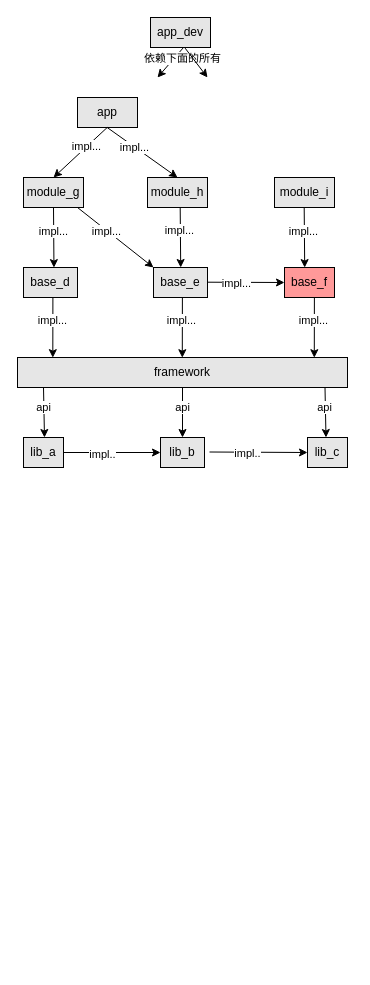
Above: page "向上遍历依赖" (11 of 26) of T9.drawio in shinecjj/UML (draw.io), before the change. Source tidied: cells renumbered, new cells numbered last; positions are measured from the earlier drawing's top-left corner, leaving out a move shared by most shapes. Both pictures are drawn from the tidied source at 100%, with x=0, y=0 at pixel (17, 17).
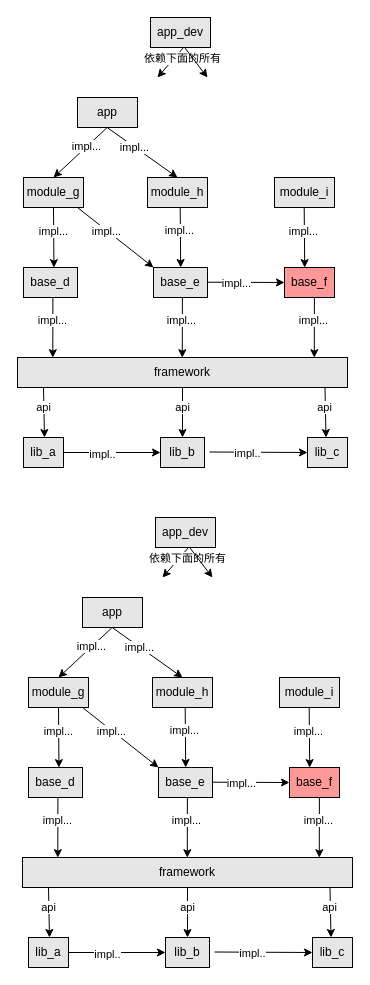
The same diagram, later.

Diff of the diagram source:
```diff
@@
+    <mxCell id="47" value="lib_a" style="rounded=0;whiteSpace=wrap;html=1;fillColor=#E6E6E6;" parent="1" vertex="1">
+      <mxGeometry x="11" y="920" width="40" height="30" as="geometry" />
+    </mxCell>
+    <mxCell id="48" value="lib_b" style="rounded=0;whiteSpace=wrap;html=1;fillColor=#E6E6E6;" parent="1" vertex="1">
+      <mxGeometry x="148" y="920" width="44" height="30" as="geometry" />
+    </mxCell>
+    <mxCell id="49" value="lib_c" style="rounded=0;whiteSpace=wrap;html=1;fillColor=#E6E6E6;" parent="1" vertex="1">
+      <mxGeometry x="295" y="920" width="40" height="30" as="geometry" />
+    </mxCell>
+    <mxCell id="50" value="framework" style="rounded=0;whiteSpace=wrap;html=1;fillColor=#E6E6E6;" parent="1" vertex="1">
+      <mxGeometry x="5" y="840" width="330" height="30" as="geometry" />
+    </mxCell>
+    <mxCell id="51" value="base_d" style="rounded=0;whiteSpace=wrap;html=1;fillColor=#E6E6E6;" parent="1" vertex="1">
+      <mxGeometry x="11" y="750" width="54" height="30" as="geometry" />
+    </mxCell>
+    <mxCell id="52" value="base_e" style="rounded=0;whiteSpace=wrap;html=1;fillColor=#E6E6E6;" parent="1" vertex="1">
+      <mxGeometry x="141" y="750" width="54" height="30" as="geometry" />
+    </mxCell>
+    <mxCell id="53" value="base_f" style="rounded=0;whiteSpace=wrap;html=1;fillColor=#FF9999;" parent="1" vertex="1">
+      <mxGeometry x="272" y="750" width="50" height="30" as="geometry" />
+    </mxCell>
+    <mxCell id="54" value="module_g" style="rounded=0;whiteSpace=wrap;html=1;fillColor=#E6E6E6;" parent="1" vertex="1">
+      <mxGeometry x="11" y="660" width="60" height="30" as="geometry" />
+    </mxCell>
+    <mxCell id="55" style="endArrow=classic;html=1;entryX=0.5;entryY=0;entryDx=0;entryDy=0;" parent="1" edge="1" target="48">
+      <mxGeometry relative="1" as="geometry">
+        <mxPoint x="170" y="870" as="sourcePoint" />
+      </mxGeometry>
+    </mxCell>
+    <mxCell id="56" value="api" style="edgeLabel;html=1;align=center;verticalAlign=middle;" parent="55" vertex="1">
+      <mxGeometry x="-0.24" y="-1" relative="1" as="geometry" />
+    </mxCell>
+    <mxCell id="57" style="endArrow=classic;html=1;entryX=0.5;entryY=0;entryDx=0;entryDy=0;" parent="1" edge="1">
+      <mxGeometry relative="1" as="geometry">
+        <mxPoint x="312.5" y="870" as="sourcePoint" />
+        <mxPoint x="313.5" y="920" as="targetPoint" />
+      </mxGeometry>
+    </mxCell>
+    <mxCell id="58" value="api" style="edgeLabel;html=1;align=center;verticalAlign=middle;" parent="57" vertex="1">
+      <mxGeometry x="-0.24" y="-1" relative="1" as="geometry" />
+    </mxCell>
+    <mxCell id="59" style="endArrow=classic;html=1;entryX=0.5;entryY=0;entryDx=0;entryDy=0;" parent="1" edge="1">
+      <mxGeometry relative="1" as="geometry">
+        <mxPoint x="31" y="870" as="sourcePoint" />
+        <mxPoint x="32" y="920" as="targetPoint" />
+      </mxGeometry>
+    </mxCell>
+    <mxCell id="60" value="api" style="edgeLabel;html=1;align=center;verticalAlign=middle;" parent="59" vertex="1">
+      <mxGeometry x="-0.24" y="-1" relative="1" as="geometry" />
+    </mxCell>
+    <mxCell id="61" style="endArrow=classic;html=1;exitX=1;exitY=0.5;exitDx=0;exitDy=0;entryX=0;entryY=0.5;entryDx=0;entryDy=0;" parent="1" edge="1" source="47" target="48">
+      <mxGeometry relative="1" as="geometry" />
+    </mxCell>
+    <mxCell id="62" value="impl.." style="edgeLabel;html=1;align=center;verticalAlign=middle;" parent="61" vertex="1">
+      <mxGeometry x="-0.4" y="-2" relative="1" as="geometry">
+        <mxPoint x="9" y="-1" as="offset" />
+      </mxGeometry>
+    </mxCell>
+    <mxCell id="63" style="endArrow=classic;html=1;entryX=0;entryY=0.5;entryDx=0;entryDy=0;" parent="1" edge="1" target="49">
+      <mxGeometry relative="1" as="geometry">
+        <mxPoint x="197" y="934.5" as="sourcePoint" />
+      </mxGeometry>
+    </mxCell>
+    <mxCell id="64" value="impl.." style="edgeLabel;html=1;align=center;verticalAlign=middle;" parent="63" vertex="1">
+      <mxGeometry x="-0.4" y="-2" relative="1" as="geometry">
+        <mxPoint x="9" y="-1" as="offset" />
+      </mxGeometry>
+    </mxCell>
+    <mxCell id="65" style="endArrow=classic;html=1;entryX=0;entryY=0.5;entryDx=0;entryDy=0;" parent="1" edge="1" target="53">
+      <mxGeometry relative="1" as="geometry">
+        <mxPoint x="195" y="764.7" as="sourcePoint" />
+      </mxGeometry>
+    </mxCell>
+    <mxCell id="66" value="impl..." style="edgeLabel;html=1;align=center;verticalAlign=middle;" parent="65" vertex="1">
+      <mxGeometry x="-0.24" y="-1" relative="1" as="geometry" />
+    </mxCell>
+    <mxCell id="67" value="module_h" style="rounded=0;whiteSpace=wrap;html=1;fillColor=#E6E6E6;" parent="1" vertex="1">
+      <mxGeometry x="135" y="660" width="60" height="30" as="geometry" />
+    </mxCell>
+    <mxCell id="68" value="module_i" style="rounded=0;whiteSpace=wrap;html=1;fillColor=#E6E6E6;" parent="1" vertex="1">
+      <mxGeometry x="262" y="660" width="60" height="30" as="geometry" />
+    </mxCell>
+    <mxCell id="69" style="endArrow=classic;html=1;entryX=0.107;entryY=0.006;entryDx=0;entryDy=0;entryPerimeter=0;" parent="1" edge="1" target="50">
+      <mxGeometry relative="1" as="geometry">
+        <mxPoint x="40.4" y="780" as="sourcePoint" />
+      </mxGeometry>
+    </mxCell>
+    <mxCell id="70" value="impl..." style="edgeLabel;html=1;align=center;verticalAlign=middle;" parent="69" vertex="1">
+      <mxGeometry x="-0.24" y="-1" relative="1" as="geometry" />
+    </mxCell>
+    <mxCell id="71" style="endArrow=classic;html=1;entryX=0.107;entryY=0.006;entryDx=0;entryDy=0;entryPerimeter=0;" parent="1" edge="1">
+      <mxGeometry relative="1" as="geometry">
+        <mxPoint x="169.9" y="780" as="sourcePoint" />
+        <mxPoint x="169.8" y="840.2" as="targetPoint" />
+      </mxGeometry>
+    </mxCell>
+    <mxCell id="72" value="impl..." style="edgeLabel;html=1;align=center;verticalAlign=middle;" parent="71" vertex="1">
+      <mxGeometry x="-0.24" y="-1" relative="1" as="geometry" />
+    </mxCell>
+    <mxCell id="73" style="endArrow=classic;html=1;entryX=0.107;entryY=0.006;entryDx=0;entryDy=0;entryPerimeter=0;" parent="1" edge="1">
+      <mxGeometry relative="1" as="geometry">
+        <mxPoint x="301.9" y="780" as="sourcePoint" />
+        <mxPoint x="301.8" y="840.2" as="targetPoint" />
+      </mxGeometry>
+    </mxCell>
+    <mxCell id="74" value="impl..." style="edgeLabel;html=1;align=center;verticalAlign=middle;" parent="73" vertex="1">
+      <mxGeometry x="-0.24" y="-1" relative="1" as="geometry" />
+    </mxCell>
+    <mxCell id="75" style="endArrow=classic;html=1;entryX=0.564;entryY=0.004;entryDx=0;entryDy=0;exitX=0.5;exitY=1;exitDx=0;exitDy=0;entryPerimeter=0;" parent="1" edge="1" source="54" target="51">
+      <mxGeometry relative="1" as="geometry" />
+    </mxCell>
+    <mxCell id="76" value="impl..." style="edgeLabel;html=1;align=center;verticalAlign=middle;" parent="75" vertex="1">
+      <mxGeometry x="-0.24" y="-1" relative="1" as="geometry" />
+    </mxCell>
+    <mxCell id="77" style="endArrow=classic;html=1;entryX=0.564;entryY=0.004;entryDx=0;entryDy=0;exitX=0.5;exitY=1;exitDx=0;exitDy=0;entryPerimeter=0;" parent="1" edge="1">
+      <mxGeometry relative="1" as="geometry">
+        <mxPoint x="167.7" y="689.9" as="sourcePoint" />
+        <mxPoint x="168.2" y="750" as="targetPoint" />
+      </mxGeometry>
+    </mxCell>
+    <mxCell id="78" value="impl..." style="edgeLabel;html=1;align=center;verticalAlign=middle;" parent="77" vertex="1">
+      <mxGeometry x="-0.24" y="-1" relative="1" as="geometry" />
+    </mxCell>
+    <mxCell id="79" style="endArrow=classic;html=1;entryX=0.564;entryY=0.004;entryDx=0;entryDy=0;exitX=0.5;exitY=1;exitDx=0;exitDy=0;entryPerimeter=0;" parent="1" edge="1">
+      <mxGeometry relative="1" as="geometry">
+        <mxPoint x="291.7" y="690" as="sourcePoint" />
+        <mxPoint x="292.2" y="750.1" as="targetPoint" />
+      </mxGeometry>
+    </mxCell>
+    <mxCell id="80" value="impl..." style="edgeLabel;html=1;align=center;verticalAlign=middle;" parent="79" vertex="1">
+      <mxGeometry x="-0.24" y="-1" relative="1" as="geometry" />
+    </mxCell>
+    <mxCell id="81" style="endArrow=classic;html=1;entryX=0;entryY=0;entryDx=0;entryDy=0;exitX=0.5;exitY=1;exitDx=0;exitDy=0;" parent="1" edge="1" target="52">
+      <mxGeometry relative="1" as="geometry">
+        <mxPoint x="65" y="690" as="sourcePoint" />
+      </mxGeometry>
+    </mxCell>
+    <mxCell id="82" value="impl..." style="edgeLabel;html=1;align=center;verticalAlign=middle;" parent="81" vertex="1">
+      <mxGeometry x="-0.24" y="-1" relative="1" as="geometry" />
+    </mxCell>
+    <mxCell id="83" value="app" style="rounded=0;whiteSpace=wrap;html=1;fillColor=#E6E6E6;" parent="1" vertex="1">
+      <mxGeometry x="65" y="580" width="60" height="30" as="geometry" />
+    </mxCell>
+    <mxCell id="84" style="endArrow=classic;html=1;entryX=0.5;entryY=0;entryDx=0;entryDy=0;exitX=0.5;exitY=1;exitDx=0;exitDy=0;" parent="1" edge="1" target="54">
+      <mxGeometry relative="1" as="geometry">
+        <mxPoint x="94.7" y="610" as="sourcePoint" />
+      </mxGeometry>
+    </mxCell>
+    <mxCell id="85" value="impl..." style="edgeLabel;html=1;align=center;verticalAlign=middle;" parent="84" vertex="1">
+      <mxGeometry x="-0.24" y="-1" relative="1" as="geometry" />
+    </mxCell>
+    <mxCell id="86" style="endArrow=classic;html=1;entryX=0.5;entryY=0;entryDx=0;entryDy=0;exitX=0.5;exitY=1;exitDx=0;exitDy=0;" parent="1" edge="1" target="67">
+      <mxGeometry relative="1" as="geometry">
+        <mxPoint x="94.7" y="610" as="sourcePoint" />
+      </mxGeometry>
+    </mxCell>
+    <mxCell id="87" value="impl..." style="edgeLabel;html=1;align=center;verticalAlign=middle;" parent="86" vertex="1">
+      <mxGeometry x="-0.24" y="-1" relative="1" as="geometry" />
+    </mxCell>
+    <mxCell id="88" value="app_dev" style="rounded=0;whiteSpace=wrap;html=1;fillColor=#E6E6E6;" parent="1" vertex="1">
+      <mxGeometry x="138" y="500" width="60" height="30" as="geometry" />
+    </mxCell>
+    <mxCell id="89" style="endArrow=classic;html=1;" parent="1" edge="1">
+      <mxGeometry relative="1" as="geometry">
+        <mxPoint x="171" y="530" as="sourcePoint" />
+        <mxPoint x="145" y="560" as="targetPoint" />
+      </mxGeometry>
+    </mxCell>
+    <mxCell id="90" value="依赖下面的所有" style="edgeLabel;html=1;align=center;verticalAlign=middle;" parent="89" vertex="1">
+      <mxGeometry x="-0.24" y="-1" relative="1" as="geometry">
+        <mxPoint x="9" as="offset" />
+      </mxGeometry>
+    </mxCell>
+    <mxCell id="91" style="endArrow=classic;html=1;exitX=0.576;exitY=1.019;exitDx=0;exitDy=0;exitPerimeter=0;" parent="1" edge="1" source="88">
+      <mxGeometry relative="1" as="geometry">
+        <mxPoint x="195" y="560" as="targetPoint" />
+      </mxGeometry>
+    </mxCell>
```
